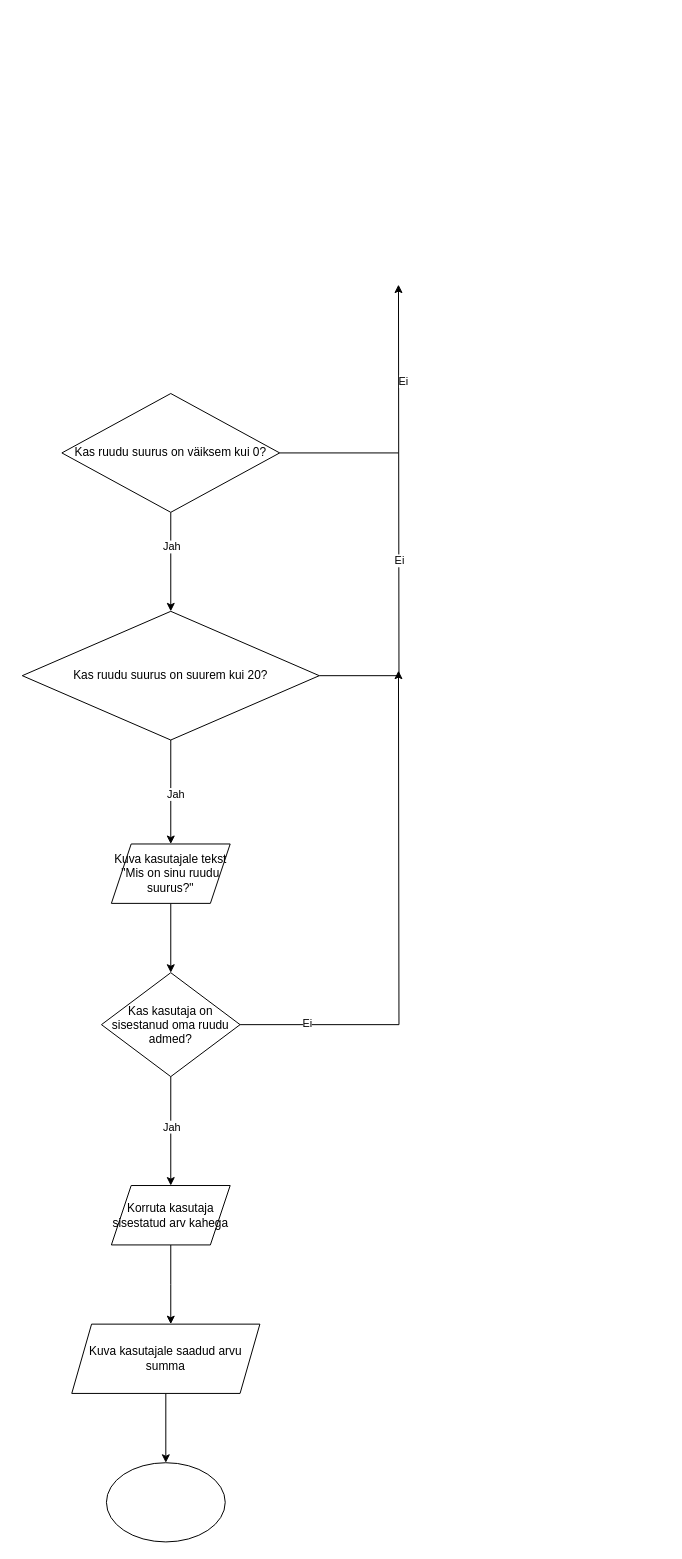
Krokodillionu/Konspekt-Kirs-IKTpe25_1 keeps this draw.io diagram as Ruudu arvutus.drawio. Above is the earlier version. Source tidied: cells renumbered, new cells numbered last; positions are measured from the earlier drawing's top-left corner, leaving out a move shared by most shapes. Both pictures are drawn from the tidied source at 99%, with x=0, y=0 at pixel (22, 284).
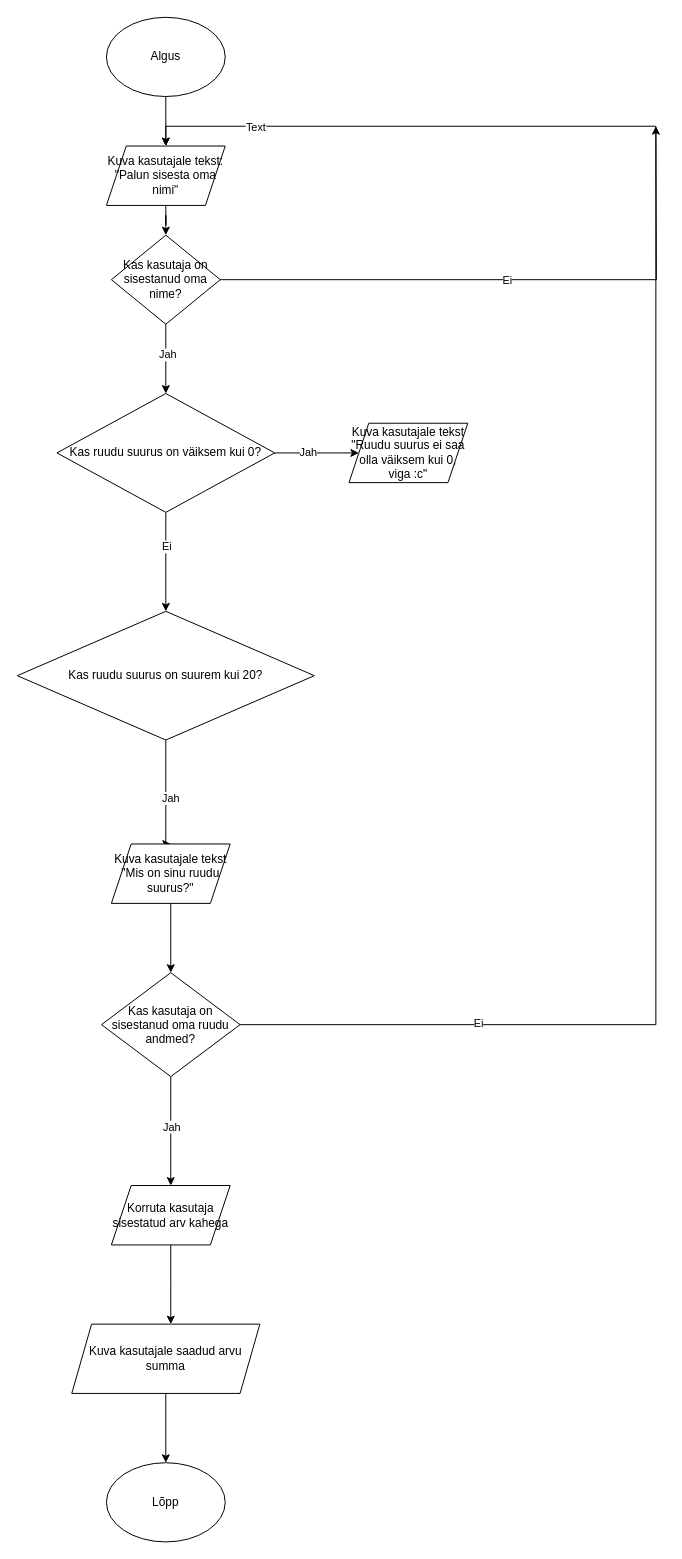
Above is the later version.

The change refers to these unchanged cells:
```xml
<mxCell id="2" style="edgeStyle=orthogonalEdgeStyle;rounded=0;jettySize=auto;html=1;" parent="1" edge="1" source="4" target="10">
  <mxGeometry relative="1" as="geometry" />
</mxCell>
```

The edit, as a diff of the source:
```diff
@@
-    <mxCell id="3" value="Jah" style="edgeLabel;html=1;align=center;verticalAlign=middle;" parent="2" vertex="1">
+    <mxCell id="3" value="Ei" style="edgeLabel;html=1;align=center;verticalAlign=middle;" parent="2" vertex="1">
       <mxGeometry x="-0.32" relative="1" as="geometry" />
     </mxCell>
+    <mxCell id="24" style="edgeStyle=orthogonalEdgeStyle;rounded=0;jettySize=auto;html=1;" parent="1" edge="1" source="4" target="36">
+      <mxGeometry relative="1" as="geometry" />
+    </mxCell>
+    <mxCell id="25" value="Jah" style="edgeLabel;html=1;align=center;verticalAlign=middle;" parent="24" vertex="1">
+      <mxGeometry x="-0.22" y="1" relative="1" as="geometry" />
+    </mxCell>
     <mxCell id="4" value="Kas ruudu suurus on väiksem kui 0?" style="rhombus;whiteSpace=wrap;html=1;" parent="1" vertex="1">
-      <mxGeometry x="40" y="110" width="220" height="120" as="geometry" />
+      <mxGeometry x="35" y="110" width="220" height="120" as="geometry" />
     </mxCell>
-    <mxCell id="5" style="edgeStyle=orthogonalEdgeStyle;rounded=0;jettySize=auto;html=1;" parent="1" edge="1" source="10">
-      <mxGeometry relative="1" as="geometry">
-        <mxPoint x="380" as="targetPoint" />
-      </mxGeometry>
-    </mxCell>
-    <mxCell id="6" value="Ei" style="edgeLabel;html=1;align=center;verticalAlign=middle;" parent="5" vertex="1">
-      <mxGeometry x="-0.17" relative="1" as="geometry" />
-    </mxCell>
-    <mxCell id="7" value="Ei" style="edgeLabel;html=1;align=center;verticalAlign=middle;" parent="5" vertex="1">
-      <mxGeometry x="0.59" y="-4" relative="1" as="geometry" />
-    </mxCell>
     <mxCell id="8" style="edgeStyle=orthogonalEdgeStyle;rounded=0;jettySize=auto;html=1;" parent="1" edge="1" source="10">
       <mxGeometry relative="1" as="geometry">
         <mxPoint x="150" y="565" as="targetPoint" />
+        <Array as="points">
+          <mxPoint x="145" y="565" />
+        </Array>
       </mxGeometry>
     </mxCell>
@@
     <mxCell id="10" value="Kas ruudu suurus on suurem kui 20?" style="rhombus;whiteSpace=wrap;html=1;" parent="1" vertex="1">
-      <mxGeometry y="330" width="300" height="130" as="geometry" />
+      <mxGeometry x="-5" y="330" width="300" height="130" as="geometry" />
     </mxCell>
-    <mxCell id="11" style="endArrow=none;html=1;rounded=0;" parent="1" edge="1">
-      <mxGeometry relative="1" as="geometry">
-        <mxPoint x="260" y="170" as="sourcePoint" />
-        <mxPoint x="380" y="170" as="targetPoint" />
-      </mxGeometry>
-    </mxCell>
@@
-    <mxCell id="14" style="edgeStyle=orthogonalEdgeStyle;rounded=0;jettySize=auto;html=1;" parent="1" edge="1" source="18">
+    <mxCell id="14" style="edgeStyle=orthogonalEdgeStyle;rounded=0;jettySize=auto;html=1;entryX=0.5;entryY=0;entryDx=0;entryDy=0;" parent="1" edge="1" source="18" target="30">
       <mxGeometry relative="1" as="geometry">
-        <mxPoint x="380" y="390" as="targetPoint" />
+        <Array as="points">
+          <mxPoint x="640" y="748" />
+          <mxPoint x="640" y="-160" />
+          <mxPoint x="145" y="-160" />
+        </Array>
       </mxGeometry>
     </mxCell>
@@
+    <mxCell id="26" value="Text" style="edgeLabel;html=1;align=center;verticalAlign=middle;" parent="14" vertex="1">
+      <mxGeometry x="0.88" y="-1" relative="1" as="geometry">
+        <mxPoint y="1" as="offset" />
+      </mxGeometry>
+    </mxCell>
@@
-    <mxCell id="18" value="Kas kasutaja on sisestanud oma ruudu admed?" style="rhombus;whiteSpace=wrap;html=1;" parent="1" vertex="1">
+    <mxCell id="18" value="Kas kasutaja on sisestanud oma ruudu andmed?" style="rhombus;whiteSpace=wrap;html=1;" parent="1" vertex="1">
       <mxGeometry x="80" y="695" width="140" height="105" as="geometry" />
     </mxCell>
@@
-    <mxCell id="23" style="ellipse;whiteSpace=wrap;html=1;" parent="1" vertex="1">
+    <mxCell id="23" value="Lõpp" style="ellipse;whiteSpace=wrap;html=1;" parent="1" vertex="1">
       <mxGeometry x="85" y="1190" width="120" height="80" as="geometry" />
     </mxCell>
+    <mxCell id="27" style="edgeStyle=orthogonalEdgeStyle;rounded=0;jettySize=auto;html=1;" parent="1" edge="1" source="28" target="30">
+      <mxGeometry relative="1" as="geometry" />
+    </mxCell>
+    <mxCell id="28" value="Algus" style="ellipse;whiteSpace=wrap;html=1;" parent="1" vertex="1">
+      <mxGeometry x="85" y="-270" width="120" height="80" as="geometry" />
+    </mxCell>
+    <mxCell id="29" style="edgeStyle=orthogonalEdgeStyle;rounded=0;jettySize=auto;html=1;" parent="1" edge="1" source="30" target="35">
+      <mxGeometry relative="1" as="geometry" />
+    </mxCell>
+    <mxCell id="30" value="Kuva kasutajale tekst:&lt;div&gt;&quot;Palun sisesta oma nimi&quot;&lt;/div&gt;" style="shape=parallelogram;perimeter=parallelogramPerimeter;whiteSpace=wrap;html=1;fixedSize=1;" parent="1" vertex="1">
+      <mxGeometry x="85" y="-140" width="120" height="60" as="geometry" />
+    </mxCell>
+    <mxCell id="31" style="edgeStyle=orthogonalEdgeStyle;rounded=0;jettySize=auto;html=1;" parent="1" edge="1" source="35" target="4">
+      <mxGeometry relative="1" as="geometry" />
+    </mxCell>
+    <mxCell id="32" value="Jah" style="edgeLabel;html=1;align=center;verticalAlign=middle;" parent="31" vertex="1">
+      <mxGeometry x="-0.14" y="1" relative="1" as="geometry" />
+    </mxCell>
+    <mxCell id="33" style="edgeStyle=orthogonalEdgeStyle;rounded=0;jettySize=auto;html=1;" parent="1" edge="1" source="35">
+      <mxGeometry relative="1" as="geometry">
+        <mxPoint x="640" y="-160" as="targetPoint" />
+      </mxGeometry>
+    </mxCell>
+    <mxCell id="34" value="Ei" style="edgeLabel;html=1;align=center;verticalAlign=middle;" parent="33" vertex="1">
+      <mxGeometry x="-0.03" relative="1" as="geometry" />
+    </mxCell>
+    <mxCell id="35" value="Kas kasutaja on sisestanud oma nime?" style="rhombus;whiteSpace=wrap;html=1;" parent="1" vertex="1">
+      <mxGeometry x="90" y="-50" width="110" height="90" as="geometry" />
+    </mxCell>
+    <mxCell id="36" value="Kuva kasutajale tekst&lt;div&gt;&quot;Ruudu suurus ei saa olla väiksem kui 0, viga :c&quot;&lt;/div&gt;" style="shape=parallelogram;perimeter=parallelogramPerimeter;whiteSpace=wrap;html=1;fixedSize=1;" parent="1" vertex="1">
+      <mxGeometry x="330" y="140" width="120" height="60" as="geometry" />
+    </mxCell>
```
